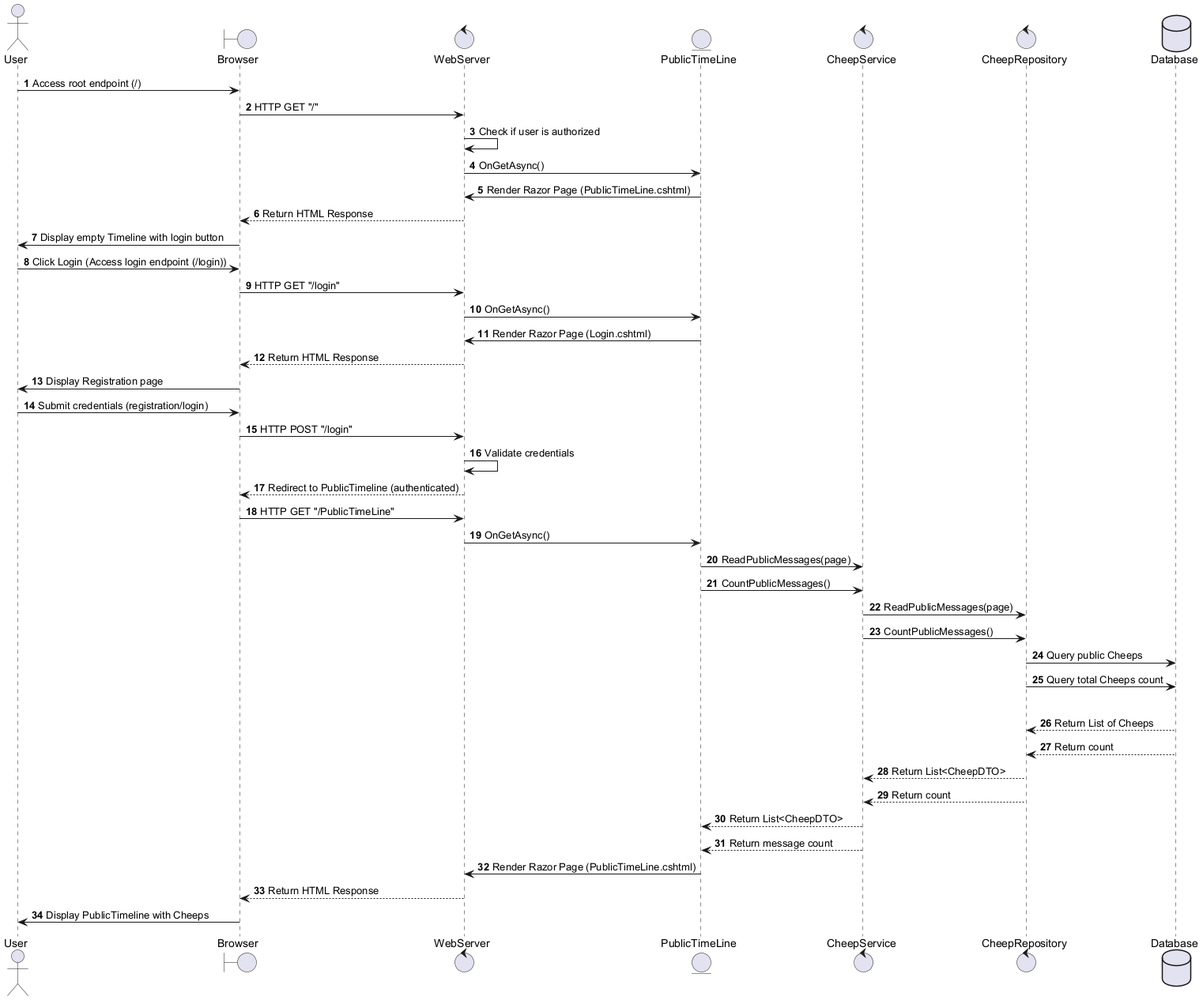
The PlantUML diagram docs/diagrams/SimunsPics/NewUser.png in ITU-BDSA2024-GROUP13/Chirp, before a commit.
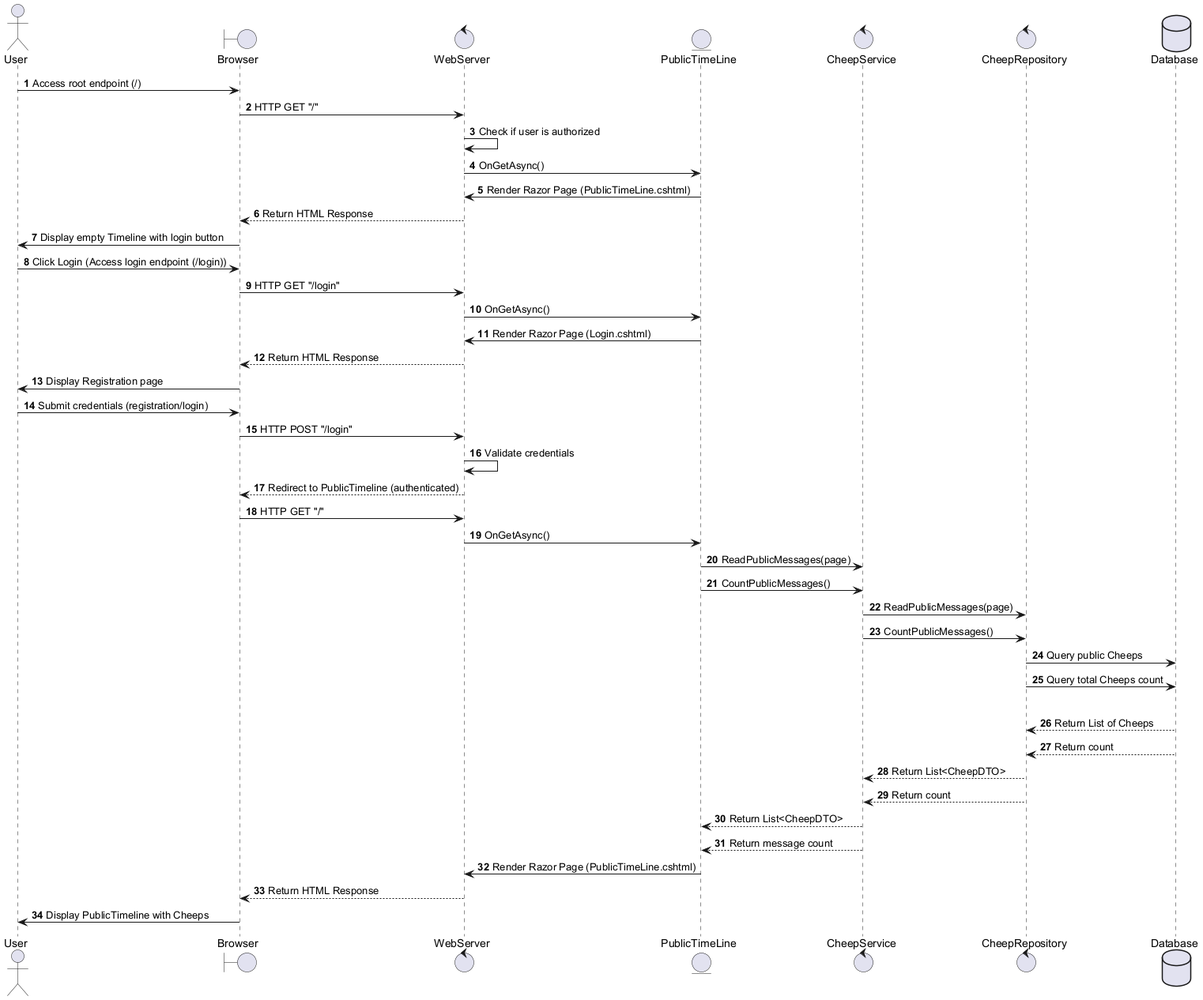
The same file after the commit.

Diff of the diagram source:
```diff
@@ -32,7 +32,7 @@
 WS -> WS : Validate credentials
 WS --> B : Redirect to PublicTimeline (authenticated)
 
-B -> WS : HTTP GET "/PublicTimeLine"
+B -> WS : HTTP GET "/"
 
 WS -> PT : OnGetAsync()
 
```
